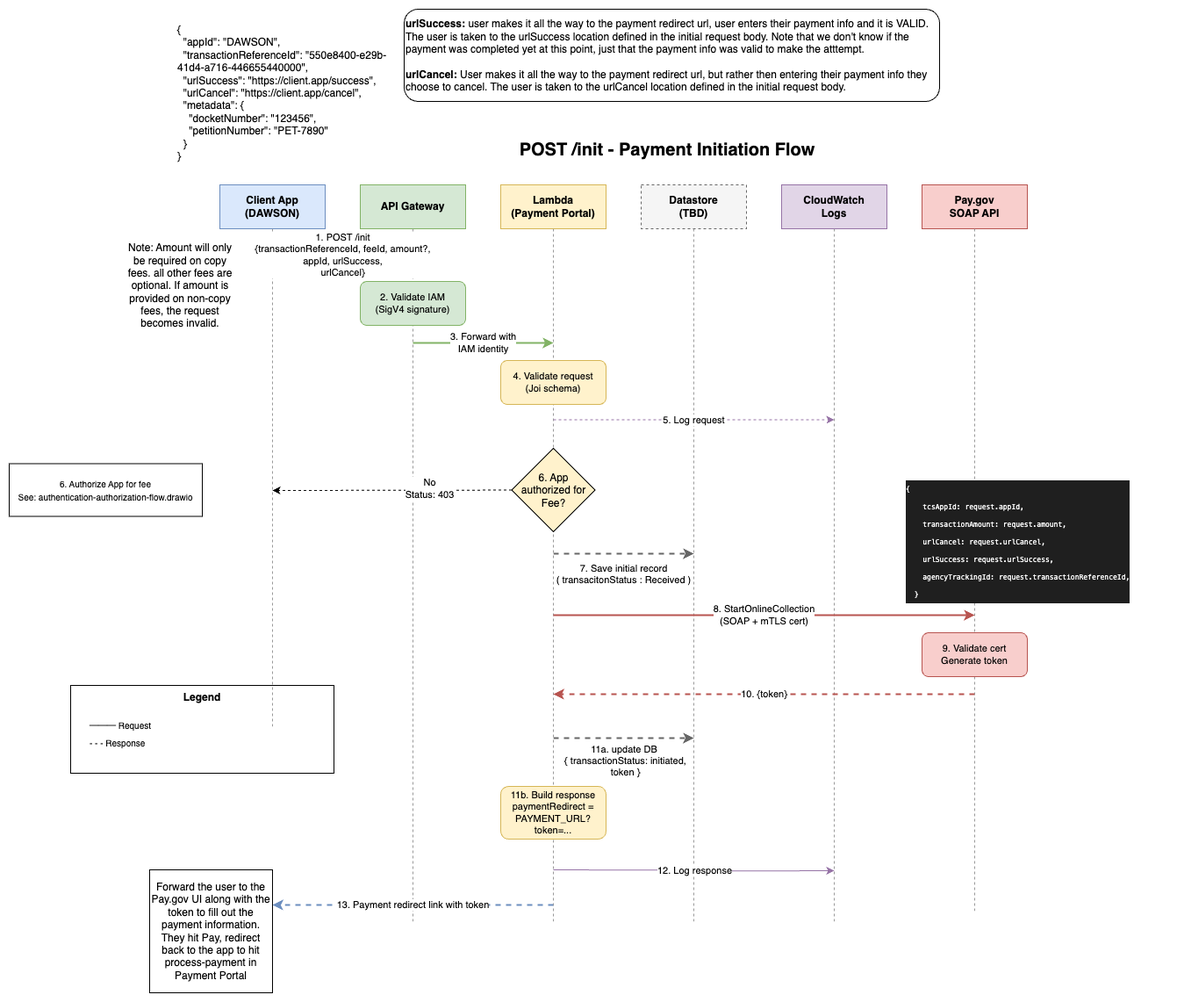
Earlier version of the draw.io export docs/diagrams/init-payment-flow.png (ustaxcourt/ustc-payment-portal). Source tidied: cells renumbered, new cells last; positions are measured from the earlier drawing's top-left corner, leaving out a move shared by most shapes.
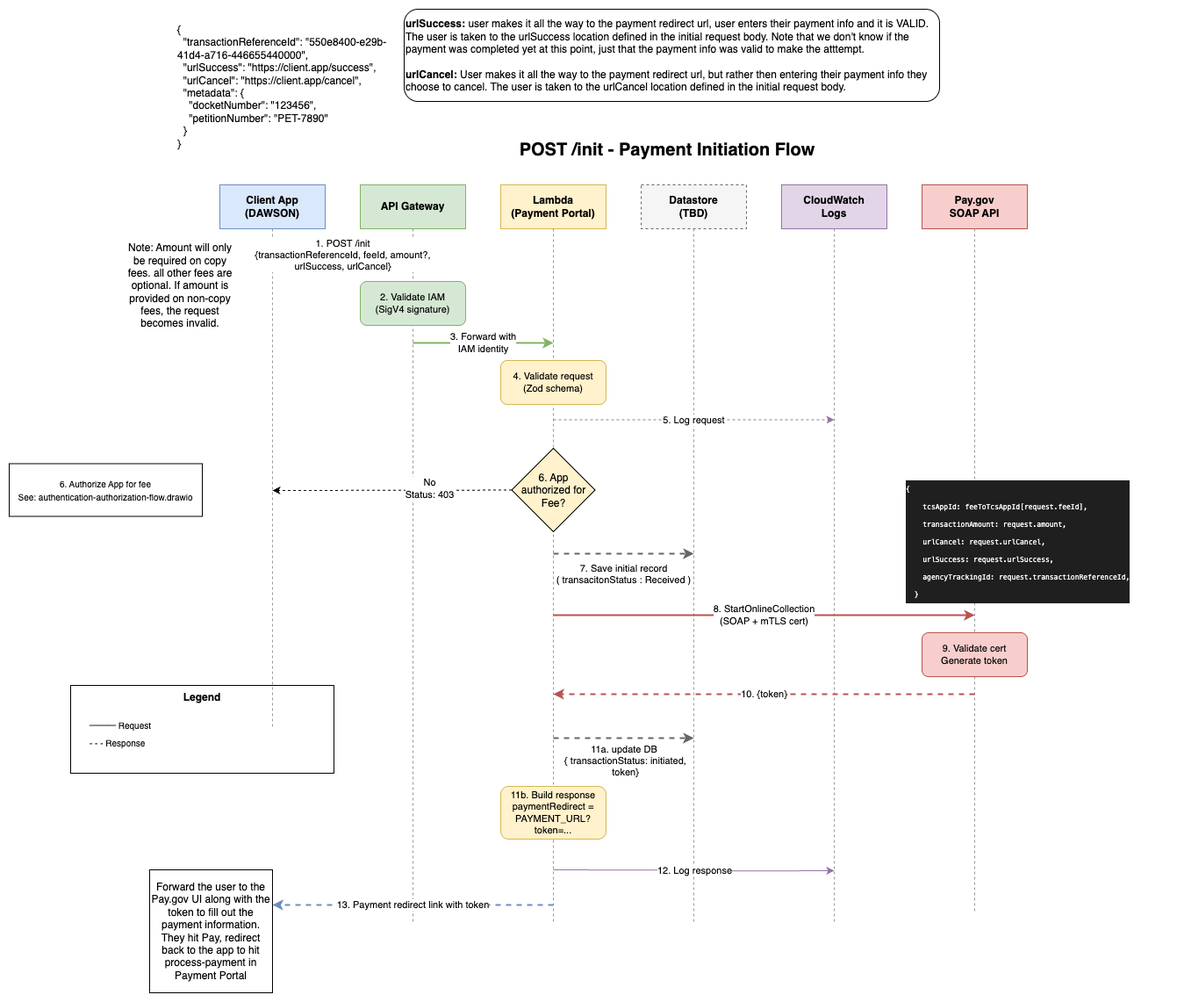
After the commit.

What changed in the source:
```diff
@@ -59,7 +59,7 @@
         <mxPoint x="1100" y="1030" as="targetPoint" />
       </mxGeometry>
     </mxCell>
-    <mxCell id="15" value="1. POST /init&lt;br&gt;{transactionReferenceId, feeId, amount?,&lt;br&gt;appId, urlSuccess,&lt;br&gt;urlCancel}" style="edgeStyle=orthogonalEdgeStyle;rounded=0;orthogonalLoop=1;jettySize=auto;html=1;strokeWidth=2;fillColor=#dae8fc;strokeColor=#6c8ebf;" parent="1" edge="1">
+    <mxCell id="15" value="1. POST /init&lt;br&gt;{transactionReferenceId, feeId, amount?,&lt;br&gt;urlSuccess, urlCancel}" style="edgeStyle=orthogonalEdgeStyle;rounded=0;orthogonalLoop=1;jettySize=auto;html=1;strokeWidth=2;fillColor=#dae8fc;strokeColor=#6c8ebf;" parent="1" edge="1">
       <mxGeometry relative="1" as="geometry">
         <mxPoint x="300" y="280" as="sourcePoint" />
         <mxPoint x="460" y="280" as="targetPoint" />
@@ -74,7 +74,7 @@
         <mxPoint x="620" y="380" as="targetPoint" />
       </mxGeometry>
     </mxCell>
-    <mxCell id="18" value="4. Validate request&#10;(Joi schema)" style="rounded=1;whiteSpace=wrap;html=1;fillColor=#fff2cc;strokeColor=#d6b656;fontSize=11;" parent="1" vertex="1">
+    <mxCell id="18" value="4. Validate request&lt;br&gt;(Zod schema)" style="rounded=1;whiteSpace=wrap;html=1;fillColor=#fff2cc;strokeColor=#d6b656;fontSize=11;" parent="1" vertex="1">
       <mxGeometry x="560" y="400" width="120" height="50" as="geometry" />
     </mxCell>
     <mxCell id="19" value="5. Log request" style="edgeStyle=orthogonalEdgeStyle;rounded=0;orthogonalLoop=1;jettySize=auto;html=1;strokeWidth=1;dashed=1;strokeColor=#9673a6;" parent="1" edge="1">
@@ -134,7 +134,7 @@
         <mxPoint x="780" y="830" as="targetPoint" />
       </mxGeometry>
     </mxCell>
-    <mxCell id="31" value="11a. update DB&amp;nbsp;&lt;br&gt;{ transactionStatus: initiated, &lt;br&gt;token }" style="edgeLabel;html=1;align=center;verticalAlign=middle;" parent="30" vertex="1">
+    <mxCell id="31" value="11a. update DB&amp;nbsp;&lt;br&gt;{ transactionStatus: initiated, &lt;br&gt;token}" style="edgeLabel;html=1;align=center;verticalAlign=middle;" parent="30" vertex="1">
       <mxGeometry x="0.01" y="2" relative="1" as="geometry">
         <mxPoint y="27" as="offset" />
       </mxGeometry>
@@ -148,10 +148,10 @@
     <mxCell id="34" value="&lt;b&gt;urlSuccess: &lt;/b&gt;user makes it all the way to the payment redirect url, user enters their payment info and it is VALID. The user is taken to the urlSuccess location defined in the initial request body. Note that we don't know if the payment was completed yet at this point, just that the payment info was valid to make the atttempt.&lt;div&gt;&lt;font color=&quot;#000000&quot;&gt;&lt;br&gt;&lt;/font&gt;&lt;div&gt;&lt;b&gt;urlCancel: &lt;/b&gt;User makes it all the way to the payment redirect url, but rather then entering their payment info they choose to cancel. The user is taken to the urlCancel location defined in the initial request body.&amp;nbsp;&lt;/div&gt;&lt;/div&gt;" style="rounded=1;whiteSpace=wrap;html=1;align=left;" parent="1" vertex="1">
       <mxGeometry x="450" width="610" height="105" as="geometry" />
     </mxCell>
-    <mxCell id="35" value="{&#10;  &quot;appId&quot;: &quot;DAWSON&quot;,&#10;  &quot;transactionReferenceId&quot;: &quot;550e8400-e29b-41d4-a716-446655440000&quot;,&#10;  &quot;urlSuccess&quot;: &quot;https://client.app/success&quot;,&#10;  &quot;urlCancel&quot;: &quot;https://client.app/cancel&quot;,&#10;  &quot;metadata&quot;: {&#10;    &quot;docketNumber&quot;: &quot;123456&quot;,&#10;    &quot;petitionNumber&quot;: &quot;PET-7890&quot;&#10;  }&#10;}" style="text;whiteSpace=wrap;" parent="1" vertex="1">
+    <mxCell id="35" value="{&#10;  &quot;transactionReferenceId&quot;: &quot;550e8400-e29b-41d4-a716-446655440000&quot;,&#10;  &quot;urlSuccess&quot;: &quot;https://client.app/success&quot;,&#10;  &quot;urlCancel&quot;: &quot;https://client.app/cancel&quot;,&#10;  &quot;metadata&quot;: {&#10;    &quot;docketNumber&quot;: &quot;123456&quot;,&#10;    &quot;petitionNumber&quot;: &quot;PET-7890&quot;&#10;  }&#10;}" style="text;whiteSpace=wrap;" parent="1" vertex="1">
       <mxGeometry x="190" y="10" width="250" height="160" as="geometry" />
     </mxCell>
-    <mxCell id="36" value="&lt;div style=&quot;background-color: rgb(31, 31, 31); font-family: Menlo, Monaco, &amp;quot;Courier New&amp;quot;, monospace; font-weight: normal; line-height: 18px; white-space: pre;&quot;&gt;&lt;div style=&quot;&quot;&gt;&lt;span&gt;&lt;font style=&quot;font-size: 8px; color: rgb(255, 255, 255);&quot;&gt;{&lt;/font&gt;&lt;/span&gt;&lt;/div&gt;&lt;div style=&quot;&quot;&gt;&lt;font style=&quot;font-size: 8px;&quot;&gt;&lt;span style=&quot;color: light-dark(rgb(255, 255, 255), rgb(18, 18, 18));&quot;&gt;   &lt;font style=&quot;&quot;&gt; &lt;/font&gt;&lt;/span&gt;&lt;font style=&quot;color: rgb(255, 255, 255);&quot;&gt;tcsAppId: request.appId,&lt;/font&gt;&lt;/font&gt;&lt;/div&gt;&lt;div style=&quot;&quot;&gt;&lt;font style=&quot;font-size: 8px;&quot;&gt;&lt;font style=&quot;color: rgb(255, 255, 255);&quot;&gt;    transactionAmount: request.amount,&lt;/font&gt;&lt;/font&gt;&lt;/div&gt;&lt;div style=&quot;&quot;&gt;&lt;font style=&quot;font-size: 8px; color: rgb(255, 255, 255);&quot;&gt;    urlCancel: request.urlCancel,&lt;/font&gt;&lt;/div&gt;&lt;div style=&quot;&quot;&gt;&lt;font style=&quot;font-size: 8px; color: rgb(255, 255, 255);&quot;&gt;    urlSuccess: request.urlSuccess,&lt;/font&gt;&lt;/div&gt;&lt;div style=&quot;&quot;&gt;&lt;font style=&quot;font-size: 8px; color: rgb(255, 255, 255);&quot;&gt;    agencyTrackingId: request.transactionReferenceId,&lt;/font&gt;&lt;/div&gt;&lt;div style=&quot;&quot;&gt;&lt;span&gt;&lt;font style=&quot;font-size: 8px; color: rgb(255, 255, 255);&quot;&gt;  }&lt;/font&gt;&lt;/span&gt;&lt;/div&gt;&lt;/div&gt;" style="text;whiteSpace=wrap;html=1;fillColor=none;" parent="1" vertex="1">
+    <mxCell id="36" value="&lt;div style=&quot;background-color: rgb(31, 31, 31); font-family: Menlo, Monaco, &amp;quot;Courier New&amp;quot;, monospace; font-weight: normal; line-height: 18px; white-space: pre;&quot;&gt;&lt;div style=&quot;&quot;&gt;&lt;span&gt;&lt;font style=&quot;font-size: 8px; color: rgb(255, 255, 255);&quot;&gt;{&lt;/font&gt;&lt;/span&gt;&lt;/div&gt;&lt;div style=&quot;&quot;&gt;&lt;font style=&quot;font-size: 8px;&quot;&gt;&lt;span style=&quot;color: light-dark(rgb(255, 255, 255), rgb(18, 18, 18));&quot;&gt;   &lt;font style=&quot;&quot;&gt; &lt;/font&gt;&lt;/span&gt;&lt;font style=&quot;color: rgb(255, 255, 255);&quot;&gt;tcsAppId: feeToTcsAppId[request.feeId],&lt;/font&gt;&lt;/font&gt;&lt;/div&gt;&lt;div style=&quot;&quot;&gt;&lt;font style=&quot;font-size: 8px;&quot;&gt;&lt;font style=&quot;color: rgb(255, 255, 255);&quot;&gt;    transactionAmount: request.amount,&lt;/font&gt;&lt;/font&gt;&lt;/div&gt;&lt;div style=&quot;&quot;&gt;&lt;font style=&quot;font-size: 8px; color: rgb(255, 255, 255);&quot;&gt;    urlCancel: request.urlCancel,&lt;/font&gt;&lt;/div&gt;&lt;div style=&quot;&quot;&gt;&lt;font style=&quot;font-size: 8px; color: rgb(255, 255, 255);&quot;&gt;    urlSuccess: request.urlSuccess,&lt;/font&gt;&lt;/div&gt;&lt;div style=&quot;&quot;&gt;&lt;font style=&quot;font-size: 8px; color: rgb(255, 255, 255);&quot;&gt;    agencyTrackingId: request.transactionReferenceId,&lt;/font&gt;&lt;/div&gt;&lt;div style=&quot;&quot;&gt;&lt;span&gt;&lt;font style=&quot;font-size: 8px; color: rgb(255, 255, 255);&quot;&gt;  }&lt;/font&gt;&lt;/span&gt;&lt;/div&gt;&lt;/div&gt;" style="text;whiteSpace=wrap;html=1;fillColor=none;" parent="1" vertex="1">
       <mxGeometry x="1020" y="530" width="300" height="130" as="geometry" />
     </mxCell>
     <mxCell id="37" value="&lt;span style=&quot;forced-color-adjust: none; color: rgb(0, 0, 0); scrollbar-color: rgb(226, 226, 226) rgb(251, 251, 251); font-family: Helvetica; font-style: normal; font-variant-ligatures: normal; font-variant-caps: normal; font-weight: 400; letter-spacing: normal; orphans: 2; text-indent: 0px; text-transform: none; widows: 2; word-spacing: 0px; -webkit-text-stroke-width: 0px; white-space: nowrap; text-decoration-thickness: initial; text-decoration-style: initial; text-decoration-color: initial; font-size: 10px; text-align: center; background-color: rgb(255, 255, 255); float: none; display: inline !important;&quot;&gt;6. Authorize App for fee&lt;/span&gt;&lt;br style=&quot;forced-color-adjust: none; color: light-dark(rgb(63, 63, 63), rgb(183, 183, 183)); scrollbar-color: rgb(226, 226, 226) rgb(251, 251, 251); font-family: Helvetica; font-style: normal; font-variant-ligatures: normal; font-variant-caps: normal; font-weight: 400; letter-spacing: normal; orphans: 2; text-indent: 0px; text-transform: none; widows: 2; word-spacing: 0px; -webkit-text-stroke-width: 0px; white-space: nowrap; background-color: rgb(251, 251, 251); text-decoration-thickness: initial; text-decoration-style: initial; text-decoration-color: initial; font-size: 10px; text-align: center;&quot;&gt;&lt;span style=&quot;forced-color-adjust: none; color: rgb(0, 0, 0); scrollbar-color: rgb(226, 226, 226) rgb(251, 251, 251); font-family: Helvetica; font-style: normal; font-variant-ligatures: normal; font-variant-caps: normal; font-weight: 400; letter-spacing: normal; orphans: 2; text-indent: 0px; text-transform: none; widows: 2; word-spacing: 0px; -webkit-text-stroke-width: 0px; white-space: nowrap; text-decoration-thickness: initial; text-decoration-style: initial; text-decoration-color: initial; font-size: 10px; text-align: center; background-color: rgb(255, 255, 255); float: none; display: inline !important;&quot;&gt;See: authentication-authorization-flow.drawio&lt;/span&gt;" style="rounded=0;whiteSpace=wrap;html=1;" parent="1" vertex="1">
```
